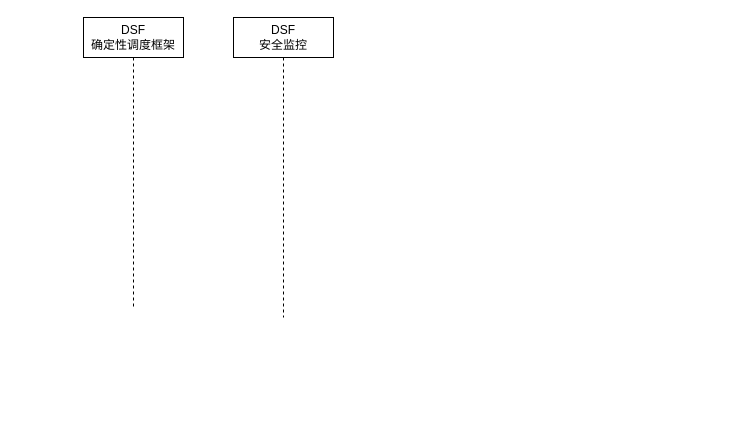
Above: 未命名绘图.drawio in Haomeng/drawio-diagrams (draw.io), before the change. Source tidied: cells renumbered, new cells numbered last; positions are measured from the earlier drawing's top-left corner, leaving out a move shared by most shapes. Both pictures are drawn from the tidied source at 100%, with x=0, y=0 at pixel (83, 17).
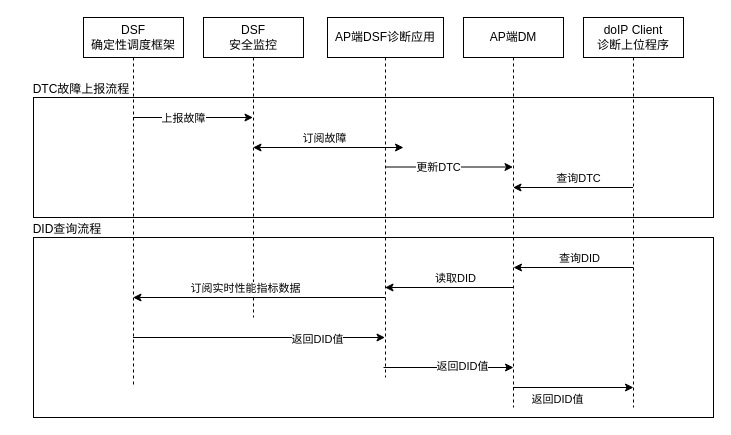
The same page after the edit.

Commit message:
更新未命名绘图.drawio

Diff of the diagram source:
```diff
@@
+    <mxCell id="4" style="rounded=0;whiteSpace=wrap;html=1;" parent="1" vertex="1">
+      <mxGeometry x="-50" y="220" width="680" height="180" as="geometry" />
+    </mxCell>
+    <mxCell id="5" style="rounded=0;whiteSpace=wrap;html=1;" parent="1" vertex="1">
+      <mxGeometry x="-50" y="80" width="680" height="120" as="geometry" />
+    </mxCell>
     <mxCell id="2" value="DSF&lt;div&gt;确定性调度框架&lt;/div&gt;" style="shape=umlLifeline;perimeter=lifelinePerimeter;whiteSpace=wrap;html=1;outlineConnect=0;portConstraint=eastwest;newEdgeStyle={&quot;curved&quot;:0,&quot;rounded&quot;:0};size=40;" parent="1" vertex="1">
-      <mxGeometry width="100" height="290" as="geometry" />
+      <mxGeometry width="100" height="370" as="geometry" />
     </mxCell>
     <mxCell id="3" value="DSF&lt;div&gt;安全监控&lt;/div&gt;" style="shape=umlLifeline;perimeter=lifelinePerimeter;whiteSpace=wrap;html=1;newEdgeStyle={&quot;curved&quot;:0,&quot;rounded&quot;:0};" parent="1" vertex="1">
-      <mxGeometry x="150" width="100" height="300" as="geometry" />
+      <mxGeometry x="120" width="100" height="300" as="geometry" />
     </mxCell>
+    <mxCell id="6" value="AP端DSF诊断应用" style="shape=umlLifeline;perimeter=lifelinePerimeter;whiteSpace=wrap;html=1;outlineConnect=0;portConstraint=eastwest;newEdgeStyle={&quot;curved&quot;:0,&quot;rounded&quot;:0};" parent="1" vertex="1">
+      <mxGeometry x="244" width="116" height="360" as="geometry" />
+    </mxCell>
+    <mxCell id="7" value="AP端DM" style="shape=umlLifeline;perimeter=lifelinePerimeter;whiteSpace=wrap;html=1;outlineConnect=0;portConstraint=eastwest;newEdgeStyle={&quot;curved&quot;:0,&quot;rounded&quot;:0};" parent="1" vertex="1">
+      <mxGeometry x="380" width="100" height="390" as="geometry" />
+    </mxCell>
+    <mxCell id="8" value="doIP&amp;nbsp;Client&lt;div&gt;诊断上位程序&lt;/div&gt;" style="shape=umlLifeline;perimeter=lifelinePerimeter;whiteSpace=wrap;html=1;newEdgeStyle={&quot;curved&quot;:0,&quot;rounded&quot;:0};" parent="1" vertex="1">
+      <mxGeometry x="500" width="100" height="390" as="geometry" />
+    </mxCell>
+    <mxCell id="9" style="endArrow=classic;html=1;rounded=0;" parent="1" edge="1">
+      <mxGeometry relative="1" as="geometry">
+        <mxPoint x="49.5" y="100" as="sourcePoint" />
+        <mxPoint x="169.5" y="100" as="targetPoint" />
+      </mxGeometry>
+    </mxCell>
+    <mxCell id="10" value="上报故障" style="edgeLabel;html=1;align=center;verticalAlign=middle;" parent="9" vertex="1">
+      <mxGeometry x="-0.19" relative="1" as="geometry">
+        <mxPoint x="1" as="offset" />
+      </mxGeometry>
+    </mxCell>
+    <mxCell id="11" style="endArrow=classic;html=1;rounded=0;" parent="1" edge="1">
+      <mxGeometry relative="1" as="geometry">
+        <mxPoint x="301.5" y="130" as="sourcePoint" />
+        <mxPoint x="169.5" y="130" as="targetPoint" />
+      </mxGeometry>
+    </mxCell>
+    <mxCell id="12" value="订阅故障" style="edgeLabel;html=1;align=center;verticalAlign=middle;" parent="11" vertex="1">
+      <mxGeometry x="0.11" y="1" relative="1" as="geometry">
+        <mxPoint x="12" y="-11" as="offset" />
+      </mxGeometry>
+    </mxCell>
+    <mxCell id="13" style="endArrow=classic;html=1;rounded=0;" parent="1" edge="1">
+      <mxGeometry relative="1" as="geometry">
+        <mxPoint x="301.5" y="149.5" as="sourcePoint" />
+        <mxPoint x="429.5" y="149.5" as="targetPoint" />
+      </mxGeometry>
+    </mxCell>
+    <mxCell id="14" value="更新DTC" style="edgeLabel;html=1;align=center;verticalAlign=middle;" parent="13" vertex="1">
+      <mxGeometry x="-0.19" relative="1" as="geometry">
+        <mxPoint x="1" as="offset" />
+      </mxGeometry>
+    </mxCell>
+    <mxCell id="15" style="endArrow=classic;html=1;rounded=0;" parent="1" edge="1">
+      <mxGeometry relative="1" as="geometry">
+        <mxPoint x="549.5" y="170" as="sourcePoint" />
+        <mxPoint x="429.5" y="170" as="targetPoint" />
+      </mxGeometry>
+    </mxCell>
+    <mxCell id="16" value="查询DTC" style="edgeLabel;html=1;align=center;verticalAlign=middle;" parent="15" vertex="1">
+      <mxGeometry x="0.11" y="1" relative="1" as="geometry">
+        <mxPoint x="12" y="-11" as="offset" />
+      </mxGeometry>
+    </mxCell>
+    <mxCell id="17" value="DTC故障上报流程" style="text;html=1;align=center;verticalAlign=middle;whiteSpace=wrap;rounded=0;" parent="1" vertex="1">
+      <mxGeometry x="-52" y="57" width="100" height="30" as="geometry" />
+    </mxCell>
+    <mxCell id="18" style="endArrow=classic;html=1;rounded=0;" parent="1" edge="1" target="2">
+      <mxGeometry relative="1" as="geometry">
+        <mxPoint x="302" y="280" as="sourcePoint" />
+      </mxGeometry>
+    </mxCell>
+    <mxCell id="19" value="订阅实时性能指标数据" style="edgeLabel;html=1;align=center;verticalAlign=middle;" parent="18" vertex="1">
+      <mxGeometry x="0.11" y="1" relative="1" as="geometry">
+        <mxPoint x="-1" y="-11" as="offset" />
+      </mxGeometry>
+    </mxCell>
+    <mxCell id="20" style="endArrow=classic;html=1;rounded=0;" parent="1" edge="1">
+      <mxGeometry relative="1" as="geometry">
+        <mxPoint x="550" y="250" as="sourcePoint" />
+        <mxPoint x="430" y="250" as="targetPoint" />
+      </mxGeometry>
+    </mxCell>
+    <mxCell id="21" value="查询DID" style="edgeLabel;html=1;align=center;verticalAlign=middle;" parent="20" vertex="1">
+      <mxGeometry x="0.11" y="1" relative="1" as="geometry">
+        <mxPoint x="12" y="-11" as="offset" />
+      </mxGeometry>
+    </mxCell>
+    <mxCell id="22" style="endArrow=classic;html=1;rounded=0;" parent="1" edge="1" target="6">
+      <mxGeometry relative="1" as="geometry">
+        <mxPoint x="430" y="270" as="sourcePoint" />
+      </mxGeometry>
+    </mxCell>
+    <mxCell id="23" value="读取DID" style="edgeLabel;html=1;align=center;verticalAlign=middle;" parent="22" vertex="1">
+      <mxGeometry x="0.11" y="1" relative="1" as="geometry">
+        <mxPoint x="12" y="-11" as="offset" />
+      </mxGeometry>
+    </mxCell>
+    <mxCell id="24" style="endArrow=classic;html=1;rounded=0;" parent="1" edge="1">
+      <mxGeometry relative="1" as="geometry">
+        <mxPoint x="49.5" y="320" as="sourcePoint" />
+        <mxPoint x="301.5" y="320" as="targetPoint" />
+      </mxGeometry>
+    </mxCell>
+    <mxCell id="25" value="返回DID值" style="edgeLabel;html=1;align=center;verticalAlign=middle;" parent="24" vertex="1">
+      <mxGeometry x="0.46" y="-1" relative="1" as="geometry" />
+    </mxCell>
+    <mxCell id="26" style="endArrow=classic;html=1;rounded=0;" parent="1" edge="1">
+      <mxGeometry relative="1" as="geometry">
+        <mxPoint x="300" y="350" as="sourcePoint" />
+        <mxPoint x="430" y="350" as="targetPoint" />
+      </mxGeometry>
+    </mxCell>
+    <mxCell id="27" value="返回DID值" style="edgeLabel;html=1;align=center;verticalAlign=middle;" parent="26" vertex="1">
+      <mxGeometry x="0.2" y="2" relative="1" as="geometry" />
+    </mxCell>
+    <mxCell id="28" style="endArrow=classic;html=1;rounded=0;" parent="1" edge="1" source="6">
+      <mxGeometry relative="1" as="geometry">
+        <mxPoint x="320" y="130" as="targetPoint" />
+      </mxGeometry>
+    </mxCell>
+    <mxCell id="29" style="endArrow=classic;html=1;rounded=0;" parent="1" edge="1" source="7">
+      <mxGeometry relative="1" as="geometry">
+        <mxPoint x="550" y="370" as="targetPoint" />
+      </mxGeometry>
+    </mxCell>
+    <mxCell id="30" value="返回DID值" style="edgeLabel;html=1;align=center;verticalAlign=middle;" parent="29" vertex="1">
+      <mxGeometry x="0.2" y="2" relative="1" as="geometry">
+        <mxPoint x="-28" y="13" as="offset" />
+      </mxGeometry>
+    </mxCell>
+    <mxCell id="31" value="DID查询流程" style="text;html=1;align=center;verticalAlign=middle;whiteSpace=wrap;rounded=0;" parent="1" vertex="1">
+      <mxGeometry x="-66" y="197" width="100" height="30" as="geometry" />
+    </mxCell>
```
